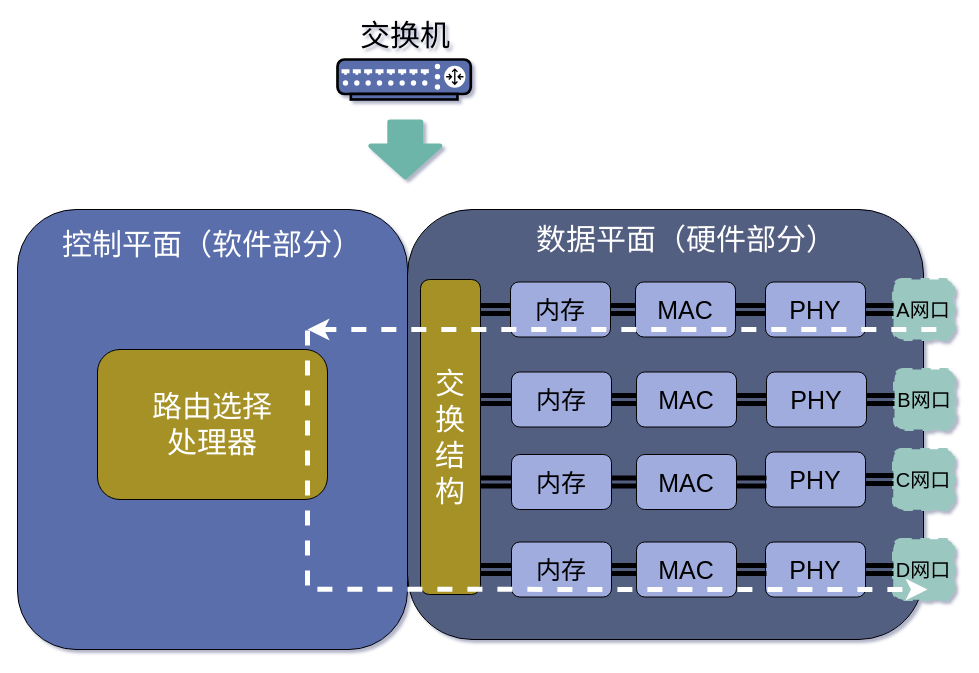
xiaobaiTech/image keeps this draw.io diagram as network/路由器内部结构.drawio. Above is the earlier version. Source tidied: cells renumbered, new cells numbered last; positions are measured from the earlier drawing's top-left corner, leaving out a move shared by most shapes. Both pictures are drawn from the tidied source at 100%, with x=0, y=0 at pixel (17, 19).
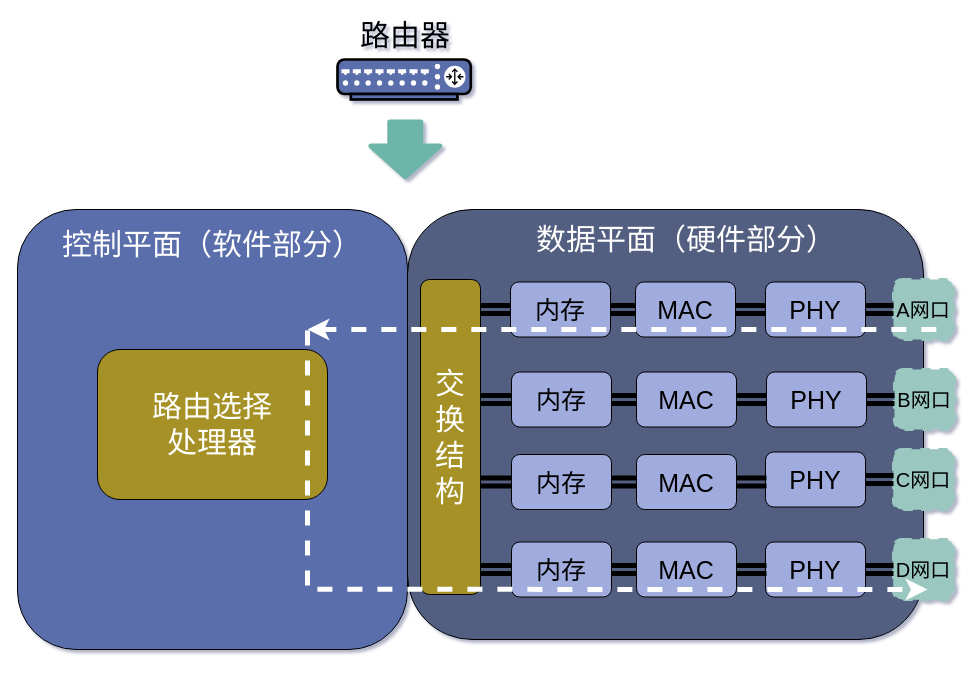
Above is the later version.

Commit message:
Update 路由器内部结构.drawio

What changed in the source:
```diff
@@
-    <mxCell id="9" value="&lt;span style=&quot;font-size: 30px&quot;&gt;交换机&lt;/span&gt;" style="text;html=1;strokeColor=none;fillColor=none;align=center;verticalAlign=middle;whiteSpace=wrap;rounded=0;" parent="1" vertex="1">
+    <mxCell id="9" value="&lt;span style=&quot;font-size: 30px&quot;&gt;路由器&lt;/span&gt;" style="text;html=1;strokeColor=none;fillColor=none;align=center;verticalAlign=middle;whiteSpace=wrap;rounded=0;" parent="1" vertex="1">
       <mxGeometry x="338.3" width="100" height="31" as="geometry" />
     </mxCell>
```
